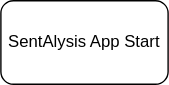
Earlier version of the draw.io export docs/flow.drawio.svg (sam-don/sentalysis). Source tidied: cells renumbered, new cells last; positions are measured from the earlier drawing's top-left corner, leaving out a move shared by most shapes. Its diagram source:
```xml
<mxGraphModel>
  <root>
    <mxCell id="0" />
    <mxCell id="1" parent="0" />
    <mxCell id="2" value="SentAlysis App Start" style="rounded=1;whiteSpace=wrap;html=1;" parent="1" vertex="1">
      <mxGeometry width="120" height="60" as="geometry" />
    </mxCell>
  </root>
</mxGraphModel>
```
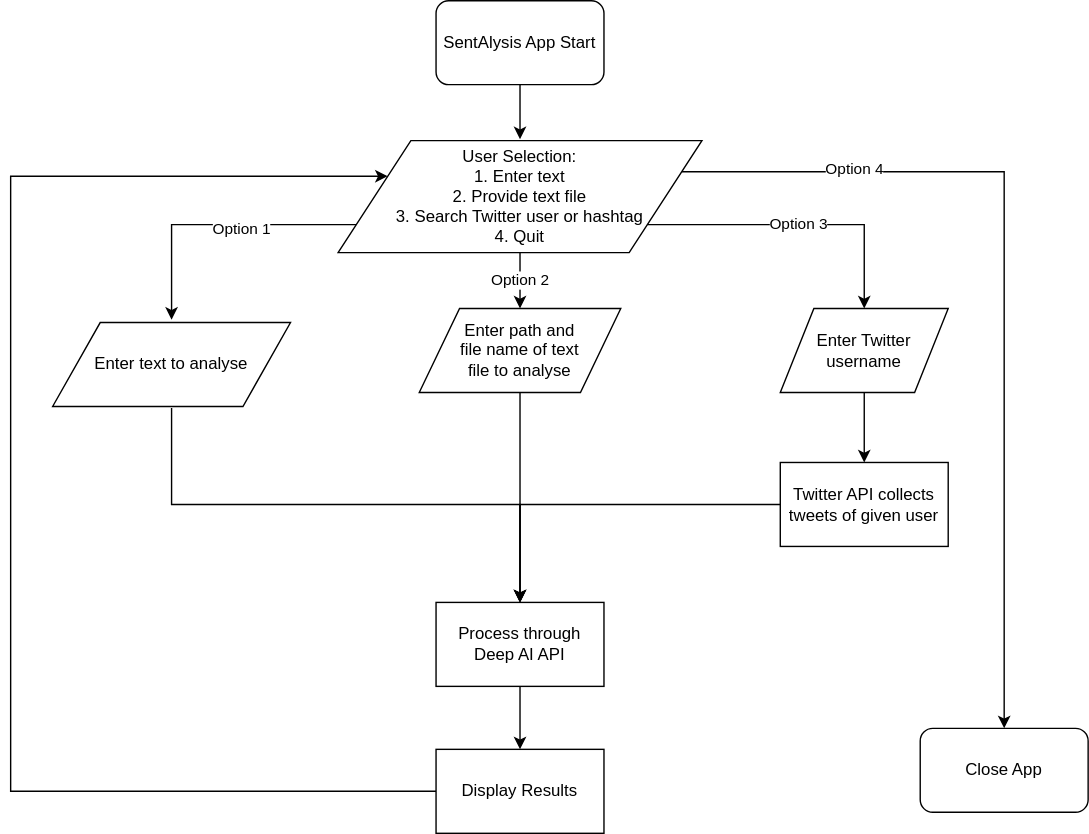
The same diagram one commit later.

What changed in the source:
```diff
@@ -2,8 +2,97 @@
   <root>
     <mxCell id="0" />
     <mxCell id="1" parent="0" />
+    <mxCell id="3" style="edgeStyle=orthogonalEdgeStyle;rounded=0;jettySize=auto;html=1;" parent="1" edge="1" source="2">
+      <mxGeometry relative="1" as="geometry">
+        <mxPoint x="60" y="99" as="targetPoint" />
+      </mxGeometry>
+    </mxCell>
     <mxCell id="2" value="SentAlysis App Start" style="rounded=1;whiteSpace=wrap;html=1;" parent="1" vertex="1">
       <mxGeometry width="120" height="60" as="geometry" />
     </mxCell>
+    <mxCell id="4" style="edgeStyle=orthogonalEdgeStyle;rounded=0;jettySize=auto;html=1;" parent="1" edge="1" source="10">
+      <mxGeometry relative="1" as="geometry">
+        <mxPoint x="-189" y="228" as="targetPoint" />
+        <Array as="points">
+          <mxPoint x="-189" y="160" />
+          <mxPoint x="-189" y="228" />
+        </Array>
+      </mxGeometry>
+    </mxCell>
+    <mxCell id="5" value="Option 1" style="edgeLabel;html=1;align=center;verticalAlign=middle;" parent="4" vertex="1">
+      <mxGeometry x="-0.17" y="2" relative="1" as="geometry" />
+    </mxCell>
+    <mxCell id="6" value="Option 2" style="edgeStyle=orthogonalEdgeStyle;rounded=0;jettySize=auto;html=1;entryX=0.5;entryY=0;entryDx=0;entryDy=0;" parent="1" edge="1" source="10" target="16">
+      <mxGeometry relative="1" as="geometry" />
+    </mxCell>
+    <mxCell id="7" value="Option 3" style="edgeStyle=orthogonalEdgeStyle;rounded=0;jettySize=auto;html=1;entryX=0.5;entryY=0;entryDx=0;entryDy=0;" parent="1" edge="1" source="10" target="18">
+      <mxGeometry relative="1" as="geometry">
+        <Array as="points">
+          <mxPoint x="306" y="160" />
+        </Array>
+      </mxGeometry>
+    </mxCell>
+    <mxCell id="8" style="edgeStyle=orthogonalEdgeStyle;rounded=0;jettySize=auto;html=1;exitX=1;exitY=0.25;exitDx=0;exitDy=0;" parent="1" edge="1" source="10" target="23">
+      <mxGeometry relative="1" as="geometry" />
+    </mxCell>
+    <mxCell id="9" value="Option 4" style="edgeLabel;html=1;align=center;verticalAlign=middle;" parent="8" vertex="1">
+      <mxGeometry x="-0.59" y="2" relative="1" as="geometry">
+        <mxPoint x="-6.4" y="-0.2" as="offset" />
+      </mxGeometry>
+    </mxCell>
+    <mxCell id="10" value="User Selection:&lt;br&gt;1. Enter text&lt;br&gt;2. Provide text file&lt;br&gt;3. Search Twitter user or hashtag&lt;br&gt;4. Quit" style="shape=parallelogram;perimeter=parallelogramPerimeter;whiteSpace=wrap;html=1;" parent="1" vertex="1">
+      <mxGeometry x="-70" y="100" width="260" height="80" as="geometry" />
+    </mxCell>
+    <mxCell id="11" style="edgeStyle=orthogonalEdgeStyle;rounded=0;jettySize=auto;html=1;entryX=0.5;entryY=0;entryDx=0;entryDy=0;" parent="1" edge="1" target="14">
+      <mxGeometry relative="1" as="geometry">
+        <mxPoint x="-189" y="291" as="sourcePoint" />
+        <Array as="points">
+          <mxPoint x="-189" y="291" />
+          <mxPoint x="-189" y="360" />
+          <mxPoint x="60" y="360" />
+        </Array>
+      </mxGeometry>
+    </mxCell>
+    <mxCell id="12" value="Enter text to analyse" style="shape=parallelogram;perimeter=parallelogramPerimeter;whiteSpace=wrap;html=1;" parent="1" vertex="1">
+      <mxGeometry x="-274" y="230" width="170" height="60" as="geometry" />
+    </mxCell>
+    <mxCell id="13" style="edgeStyle=orthogonalEdgeStyle;rounded=0;jettySize=auto;html=1;entryX=0.5;entryY=0;entryDx=0;entryDy=0;" parent="1" edge="1" source="14" target="22">
+      <mxGeometry relative="1" as="geometry" />
+    </mxCell>
+    <mxCell id="14" value="Process through Deep AI API" style="rounded=0;whiteSpace=wrap;html=1;" parent="1" vertex="1">
+      <mxGeometry y="430" width="120" height="60" as="geometry" />
+    </mxCell>
+    <mxCell id="15" style="edgeStyle=orthogonalEdgeStyle;rounded=0;jettySize=auto;html=1;entryX=0.5;entryY=0;entryDx=0;entryDy=0;" parent="1" edge="1" source="16" target="14">
+      <mxGeometry relative="1" as="geometry" />
+    </mxCell>
+    <mxCell id="16" value="Enter path and&lt;br&gt;file name of text &lt;br&gt;file to analyse" style="shape=parallelogram;perimeter=parallelogramPerimeter;whiteSpace=wrap;html=1;" parent="1" vertex="1">
+      <mxGeometry x="-12" y="220" width="144" height="60" as="geometry" />
+    </mxCell>
+    <mxCell id="17" style="edgeStyle=orthogonalEdgeStyle;rounded=0;jettySize=auto;html=1;entryX=0.5;entryY=0;entryDx=0;entryDy=0;" parent="1" edge="1" source="18" target="20">
+      <mxGeometry relative="1" as="geometry" />
+    </mxCell>
+    <mxCell id="18" value="Enter Twitter username" style="shape=parallelogram;perimeter=parallelogramPerimeter;whiteSpace=wrap;html=1;" parent="1" vertex="1">
+      <mxGeometry x="246" y="220" width="120" height="60" as="geometry" />
+    </mxCell>
+    <mxCell id="19" style="edgeStyle=orthogonalEdgeStyle;rounded=0;jettySize=auto;html=1;entryX=0.5;entryY=0;entryDx=0;entryDy=0;" parent="1" edge="1" source="20" target="14">
+      <mxGeometry relative="1" as="geometry" />
+    </mxCell>
+    <mxCell id="20" value="Twitter API collects tweets of given user" style="rounded=0;whiteSpace=wrap;html=1;" parent="1" vertex="1">
+      <mxGeometry x="246" y="330" width="120" height="60" as="geometry" />
+    </mxCell>
+    <mxCell id="21" style="edgeStyle=orthogonalEdgeStyle;rounded=0;jettySize=auto;html=1;entryX=0;entryY=0.25;entryDx=0;entryDy=0;" parent="1" edge="1" source="22" target="10">
+      <mxGeometry relative="1" as="geometry">
+        <Array as="points">
+          <mxPoint x="-304" y="565" />
+          <mxPoint x="-304" y="126" />
+        </Array>
+      </mxGeometry>
+    </mxCell>
+    <mxCell id="22" value="Display Results" style="rounded=0;whiteSpace=wrap;html=1;" parent="1" vertex="1">
+      <mxGeometry y="535" width="120" height="60" as="geometry" />
+    </mxCell>
+    <mxCell id="23" value="Close App" style="rounded=1;whiteSpace=wrap;html=1;" parent="1" vertex="1">
+      <mxGeometry x="346" y="520" width="120" height="60" as="geometry" />
+    </mxCell>
   </root>
 </mxGraphModel>
```
